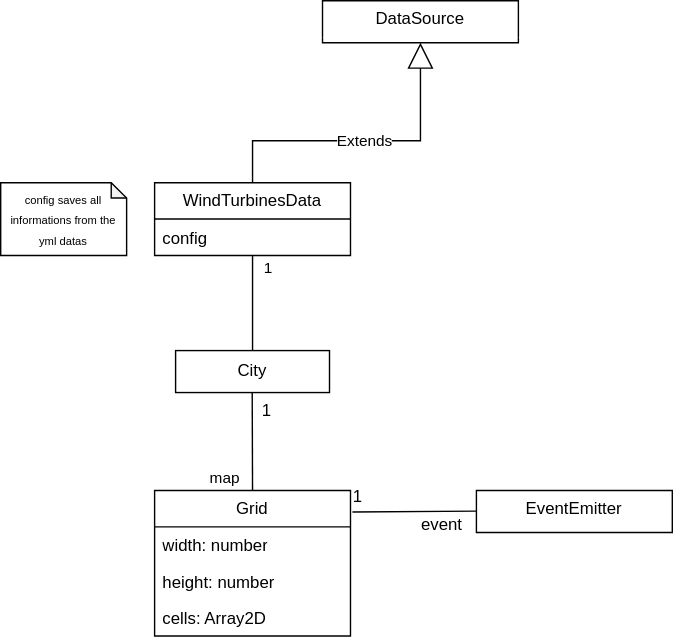
emil282/offshore-windpark keeps this draw.io diagram as docs/diagrams/Uml_diagram.svg. Above is the earlier version. Source tidied: cells renumbered, new cells last; positions are measured from the earlier drawing's top-left corner, leaving out a move shared by most shapes.
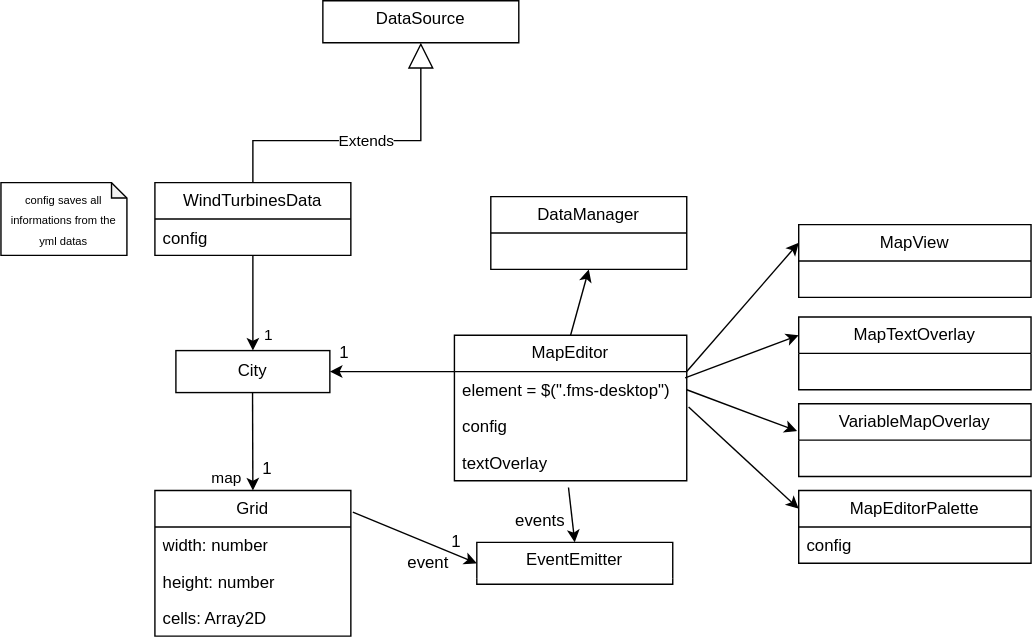
The same diagram one commit later.

Change to the diagram source:
```diff
@@ -23,17 +23,17 @@
     <mxCell id="6" value="City" style="html=1;whiteSpace=wrap;" parent="1" vertex="1">
       <mxGeometry x="125" y="250" width="110" height="30" as="geometry" />
     </mxCell>
-    <mxCell id="7" style="endArrow=none;html=1;rounded=0;exitX=0.5;exitY=0;exitDx=0;exitDy=0;" parent="1" edge="1" target="5">
+    <mxCell id="7" style="endArrow=none;html=1;rounded=0;exitX=0.5;exitY=0;exitDx=0;exitDy=0;startArrow=classic;startFill=1;" parent="1" edge="1" target="5">
       <mxGeometry relative="1" as="geometry">
         <mxPoint x="180" y="250" as="sourcePoint" />
       </mxGeometry>
     </mxCell>
     <mxCell id="8" value="1" style="edgeLabel;html=1;align=center;verticalAlign=middle;" parent="7" vertex="1">
       <mxGeometry x="0.89" relative="1" as="geometry">
-        <mxPoint x="10" y="4" as="offset" />
+        <mxPoint x="10" y="53" as="offset" />
       </mxGeometry>
     </mxCell>
-    <mxCell id="9" style="endArrow=none;html=1;rounded=0;exitX=0.5;exitY=0;exitDx=0;exitDy=0;" parent="1" edge="1" source="11">
+    <mxCell id="9" style="endArrow=none;html=1;rounded=0;exitX=0.5;exitY=0;exitDx=0;exitDy=0;startArrow=classic;startFill=1;" parent="1" edge="1" source="11">
       <mxGeometry x="0.01" relative="1" as="geometry">
         <mxPoint x="179.8" y="280" as="targetPoint" />
       </mxGeometry>
@@ -56,22 +56,79 @@
       <mxGeometry y="78" width="140" height="26" as="geometry" />
     </mxCell>
     <mxCell id="15" value="EventEmitter" style="swimlane;fontStyle=0;horizontal=1;startSize=26;fillColor=none;whiteSpace=wrap;html=1;swimlaneLine=0;" parent="1" vertex="1">
-      <mxGeometry x="340" y="350" width="140" height="30" as="geometry" />
+      <mxGeometry x="340" y="387" width="140" height="30" as="geometry" />
     </mxCell>
-    <mxCell id="16" style="endArrow=none;html=1;rounded=0;exitX=1.003;exitY=0.157;exitDx=0;exitDy=0;exitPerimeter=0;entryX=1.01;entryY=0.148;entryDx=0;entryDy=0;entryPerimeter=0;" parent="1" edge="1" source="17" target="11">
+    <mxCell id="16" style="endArrow=none;html=1;rounded=0;exitX=0;exitY=0.5;exitDx=0;exitDy=0;entryX=1.01;entryY=0.148;entryDx=0;entryDy=0;entryPerimeter=0;startArrow=classic;startFill=1;" parent="1" edge="1" source="15" target="11">
       <mxGeometry x="0.01" relative="1" as="geometry" />
     </mxCell>
     <mxCell id="17" value="event" style="text;html=1;align=center;verticalAlign=middle;points=[];strokeColor=none;fillColor=none;" parent="1" vertex="1">
-      <mxGeometry x="290" y="360" width="50" height="30" as="geometry" />
+      <mxGeometry x="280" y="387" width="50" height="30" as="geometry" />
     </mxCell>
     <mxCell id="18" value="1" style="text;html=1;align=center;verticalAlign=middle;strokeColor=none;fillColor=none;" parent="1" vertex="1">
-      <mxGeometry x="240" y="340" width="30" height="30" as="geometry" />
+      <mxGeometry x="310" y="372" width="30" height="30" as="geometry" />
     </mxCell>
     <mxCell id="19" value="1" style="text;html=1;align=center;verticalAlign=middle;strokeColor=none;fillColor=none;" parent="1" vertex="1">
-      <mxGeometry x="175" y="278" width="30" height="30" as="geometry" />
+      <mxGeometry x="175" y="320" width="30" height="30" as="geometry" />
     </mxCell>
     <mxCell id="20" value="&lt;font style=&quot;font-size: 8px;&quot;&gt;config saves all informations from the yml datas&lt;/font&gt;" style="shape=note;whiteSpace=wrap;html=1;backgroundOutline=1;darkOpacity=0.05;size=11;" parent="1" vertex="1">
       <mxGeometry y="130" width="90" height="52" as="geometry" />
     </mxCell>
+    <mxCell id="21" value="MapEditor" style="swimlane;fontStyle=0;horizontal=1;startSize=26;fillColor=none;whiteSpace=wrap;html=1;strokeColor=default;swimlaneLine=1;" parent="1" vertex="1">
+      <mxGeometry x="324" y="239" width="166" height="104" as="geometry" />
+    </mxCell>
+    <mxCell id="22" value="element = $(&quot;.fms-desktop&quot;)" style="text;strokeColor=none;fillColor=none;align=left;verticalAlign=top;spacingLeft=4;spacingRight=4;overflow=hidden;points=[[0,0.5],[1,0.5]];portConstraint=eastwest;whiteSpace=wrap;html=1;" parent="21" vertex="1">
+      <mxGeometry y="26" width="166" height="26" as="geometry" />
+    </mxCell>
+    <mxCell id="23" value="config" style="text;strokeColor=none;fillColor=none;align=left;verticalAlign=top;spacingLeft=4;spacingRight=4;overflow=hidden;whiteSpace=wrap;html=1;" parent="21" vertex="1">
+      <mxGeometry y="52" width="166" height="26" as="geometry" />
+    </mxCell>
+    <mxCell id="24" value="textOverlay" style="text;strokeColor=none;fillColor=none;align=left;verticalAlign=top;spacingLeft=4;spacingRight=4;overflow=hidden;points=[[0,0.5],[1,0.5]];portConstraint=eastwest;whiteSpace=wrap;html=1;" parent="21" vertex="1">
+      <mxGeometry y="78" width="166" height="26" as="geometry" />
+    </mxCell>
+    <mxCell id="25" style="endArrow=none;html=1;rounded=0;exitX=1;exitY=0.5;exitDx=0;exitDy=0;startArrow=classic;startFill=1;entryX=0;entryY=0.25;entryDx=0;entryDy=0;" parent="1" edge="1" source="6" target="21">
+      <mxGeometry x="0.01" relative="1" as="geometry" />
+    </mxCell>
+    <mxCell id="26" value="1" style="text;html=1;align=center;verticalAlign=middle;strokeColor=none;fillColor=none;" parent="1" vertex="1">
+      <mxGeometry x="230" y="237" width="30" height="30" as="geometry" />
+    </mxCell>
+    <mxCell id="27" value="DataManager" style="swimlane;fontStyle=0;horizontal=1;startSize=26;fillColor=none;whiteSpace=wrap;html=1;strokeColor=default;swimlaneLine=1;" parent="1" vertex="1">
+      <mxGeometry x="350" y="140" width="140" height="52" as="geometry" />
+    </mxCell>
+    <mxCell id="28" style="endArrow=none;html=1;rounded=0;exitX=0.5;exitY=1;exitDx=0;exitDy=0;startArrow=classic;startFill=1;entryX=0.5;entryY=0;entryDx=0;entryDy=0;" parent="1" edge="1" source="27" target="21">
+      <mxGeometry x="0.01" relative="1" as="geometry" />
+    </mxCell>
+    <mxCell id="29" style="endArrow=none;html=1;rounded=0;exitX=0.5;exitY=0;exitDx=0;exitDy=0;entryX=0.491;entryY=1.186;entryDx=0;entryDy=0;entryPerimeter=0;startArrow=classic;startFill=1;" parent="1" edge="1" source="15" target="24">
+      <mxGeometry x="0.01" relative="1" as="geometry" />
+    </mxCell>
+    <mxCell id="30" value="MapView" style="swimlane;fontStyle=0;horizontal=1;startSize=26;fillColor=none;whiteSpace=wrap;html=1;strokeColor=default;swimlaneLine=1;" parent="1" vertex="1">
+      <mxGeometry x="570" y="160" width="166" height="52" as="geometry" />
+    </mxCell>
+    <mxCell id="31" style="endArrow=none;html=1;rounded=0;exitX=0;exitY=0.25;exitDx=0;exitDy=0;startArrow=classic;startFill=1;entryX=1;entryY=0.25;entryDx=0;entryDy=0;" parent="1" edge="1" source="30" target="21">
+      <mxGeometry x="0.01" relative="1" as="geometry" />
+    </mxCell>
+    <mxCell id="32" value="events" style="text;html=1;align=center;verticalAlign=middle;strokeColor=none;fillColor=none;" parent="1" vertex="1">
+      <mxGeometry x="355" y="357" width="60" height="30" as="geometry" />
+    </mxCell>
+    <mxCell id="33" value="MapTextOverlay" style="swimlane;fontStyle=0;horizontal=1;startSize=26;fillColor=none;whiteSpace=wrap;html=1;strokeColor=default;swimlaneLine=1;" parent="1" vertex="1">
+      <mxGeometry x="570" y="226" width="166" height="52" as="geometry" />
+    </mxCell>
+    <mxCell id="34" value="VariableMapOverlay" style="swimlane;fontStyle=0;horizontal=1;startSize=26;fillColor=none;whiteSpace=wrap;html=1;strokeColor=default;swimlaneLine=1;" parent="1" vertex="1">
+      <mxGeometry x="570" y="288" width="166" height="52" as="geometry" />
+    </mxCell>
+    <mxCell id="35" style="endArrow=none;html=1;rounded=0;exitX=0;exitY=0.25;exitDx=0;exitDy=0;startArrow=classic;startFill=1;entryX=0.993;entryY=0.173;entryDx=0;entryDy=0;entryPerimeter=0;" parent="1" edge="1" source="33" target="22">
+      <mxGeometry x="0.01" relative="1" as="geometry" />
+    </mxCell>
+    <mxCell id="36" style="endArrow=none;html=1;rounded=0;exitX=-0.007;exitY=0.375;exitDx=0;exitDy=0;startArrow=classic;startFill=1;entryX=1;entryY=0.5;entryDx=0;entryDy=0;exitPerimeter=0;" parent="1" edge="1" source="34" target="22">
+      <mxGeometry x="0.01" relative="1" as="geometry" />
+    </mxCell>
+    <mxCell id="37" value="MapEditorPalette" style="swimlane;fontStyle=0;horizontal=1;startSize=26;fillColor=none;whiteSpace=wrap;html=1;strokeColor=default;swimlaneLine=1;" parent="1" vertex="1">
+      <mxGeometry x="570" y="350" width="166" height="52" as="geometry" />
+    </mxCell>
+    <mxCell id="38" value="config" style="text;strokeColor=none;fillColor=none;align=left;verticalAlign=top;spacingLeft=4;spacingRight=4;overflow=hidden;whiteSpace=wrap;html=1;" parent="37" vertex="1">
+      <mxGeometry y="26" width="166" height="26" as="geometry" />
+    </mxCell>
+    <mxCell id="39" style="endArrow=none;html=1;rounded=0;exitX=0;exitY=0.25;exitDx=0;exitDy=0;startArrow=classic;startFill=1;entryX=1.008;entryY=0.974;entryDx=0;entryDy=0;entryPerimeter=0;" parent="1" edge="1" source="37" target="22">
+      <mxGeometry x="0.01" relative="1" as="geometry" />
+    </mxCell>
   </root>
 </mxGraphModel>
```
